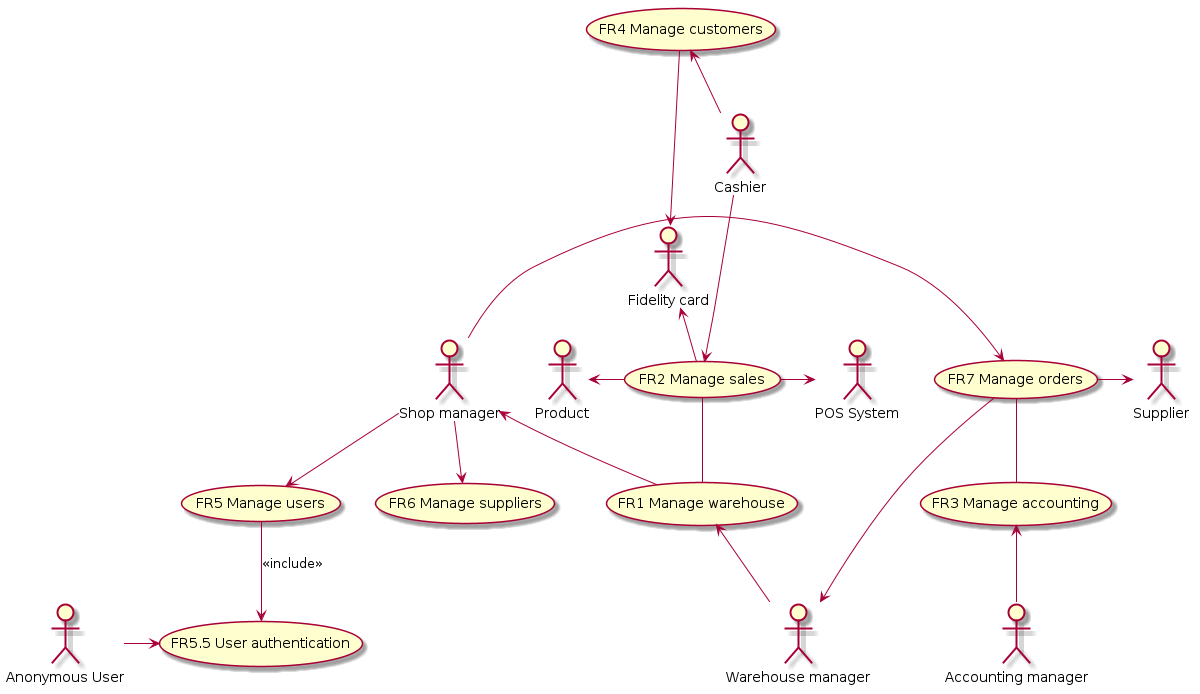
Before: Deliverables/img/usecase_diagram.png, a diagram exported from PlantUML (BMike10/EzShop).
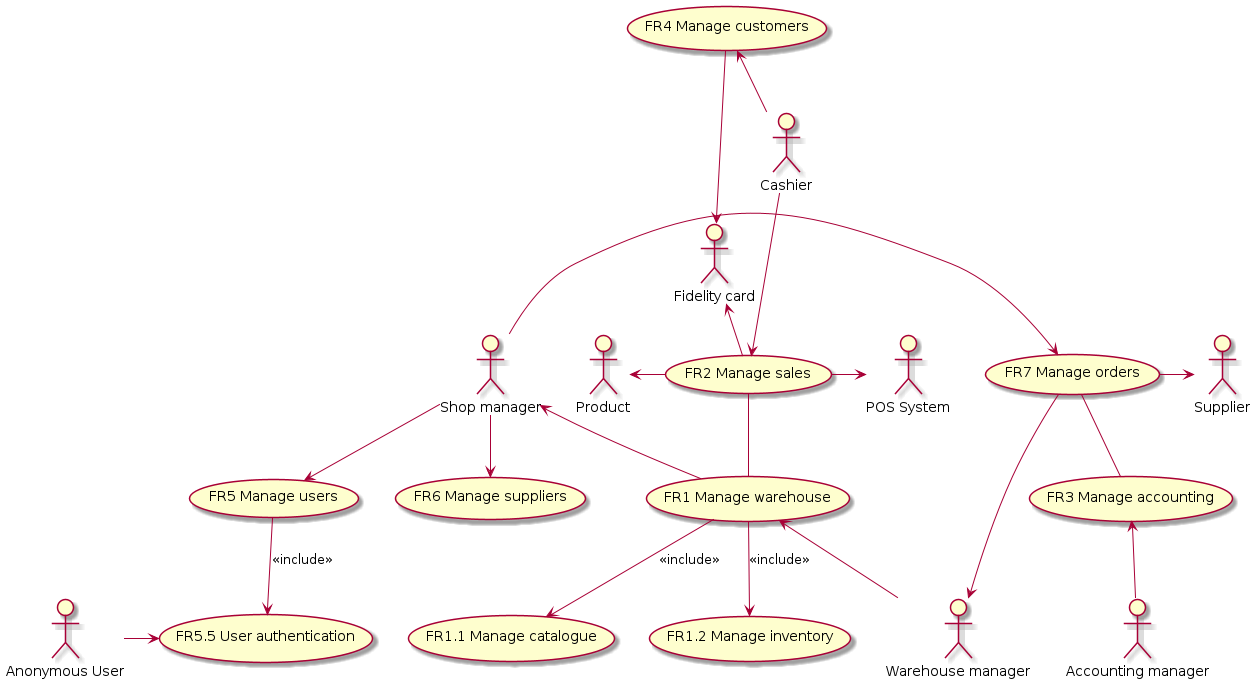
Later version of the same file.

Commit message:
Doc: Updated UseCaseDiagram -> Now FR1 includes FR1.1 FR1.2

The edit, as a diff of the source:
```diff
@@ -1,40 +1,44 @@
 @startuml usecase_diagram
-	usecase "FR1 Manage warehouse" as mi
-	usecase "FR2 Manage sales" as ms
-	usecase "FR3 Manage accounting" as ma
-	usecase "FR4 Manage customers" as mc
-	usecase "FR5 Manage users" as mu
-	usecase "FR6 Manage suppliers" as msu
-	usecase "FR7 Manage orders" as mo
-	usecase "FR5.5 User authentication" as mua
+		usecase "FR1 Manage warehouse" as mi
+		usecase "FR1.1 Manage catalogue" as mic
+		usecase "FR1.2 Manage inventory" as mii
+		usecase "FR2 Manage sales" as ms
+		usecase "FR3 Manage accounting" as ma
+		usecase "FR4 Manage customers" as mc
+		usecase "FR5 Manage users" as mu
+		usecase "FR6 Manage suppliers" as msu
+		usecase "FR7 Manage orders" as mo
+		usecase "FR5.5 User authentication" as mua
 
-	actor :Supplier: as s
-	actor :POS System: as ccs
-	actor :Fidelity card: as fc
+		actor :Supplier: as s
+		actor :POS System: as ccs
+		actor :Fidelity card: as fc
 
-	actor :Shop manager: as sm
-	actor :Cashier: as cr
-	actor :Accounting manager: as am
-	actor :Warehouse manager: as wm
-	actor :Anonymous User: as u
-	u -> mua
+		actor :Shop manager: as sm
+		actor :Cashier: as cr
+		actor :Accounting manager: as am
+		actor :Warehouse manager: as wm
+		actor :Anonymous User: as u
+		u -> mua
 
-	mu --> mua: <<include>>
-	ms -- mi
-	mo -- ma
-	 sm --> mu
-	  sm <-- mi
-	 sm --> msu
-	 sm -> mo
-	 ma <-- am
-	 cr --> ms
-	 mc <-- cr
-	 mi <-- wm
-	 mo --> wm
+		mu --> mua: <<include>>
+		ms -- mi
+		mo -- ma
+		 sm --> mu
+		  sm <-- mi
+		 sm --> msu
+		 sm -> mo
+		 ma <-- am
+		 cr --> ms
+		 mc <-- cr
+		 mi --> mic: <<include>>
+		 mi --> mii: <<include>>
+		 mi <-- wm
+		 mo --> wm
 
-	ms -> ccs
-	mo -> s
-	mc --> fc
-	:Product: <- ms
-	fc <- ms
-@enduml
+		ms -> ccs
+		mo -> s
+		mc --> fc
+		:Product: <- ms
+		fc <- ms
+	@enduml
```
